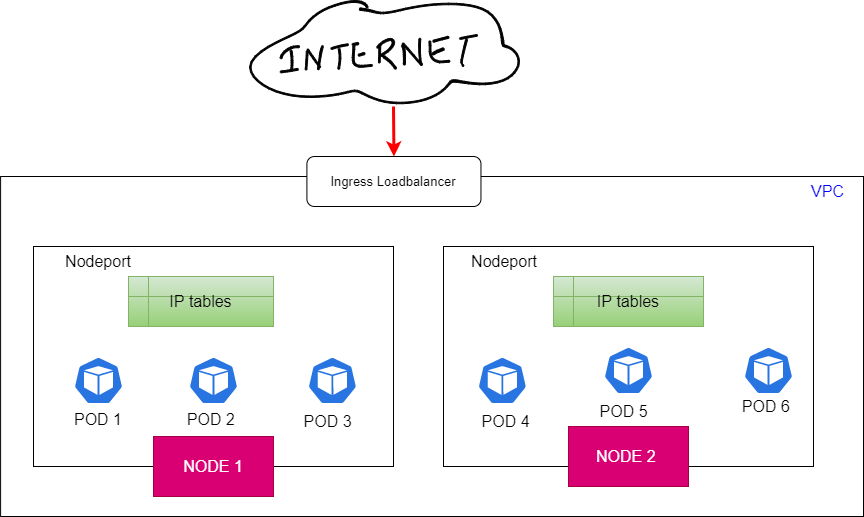
dikshita-git/RP_Study-on-Ingress-and-its-security-IPv4-IPv6- keeps this draw.io diagram as Page_images/Ingress_network.png. Above is the earlier version. Source tidied: cells renumbered, new cells last; positions are measured from the earlier drawing's top-left corner, leaving out a move shared by most shapes.
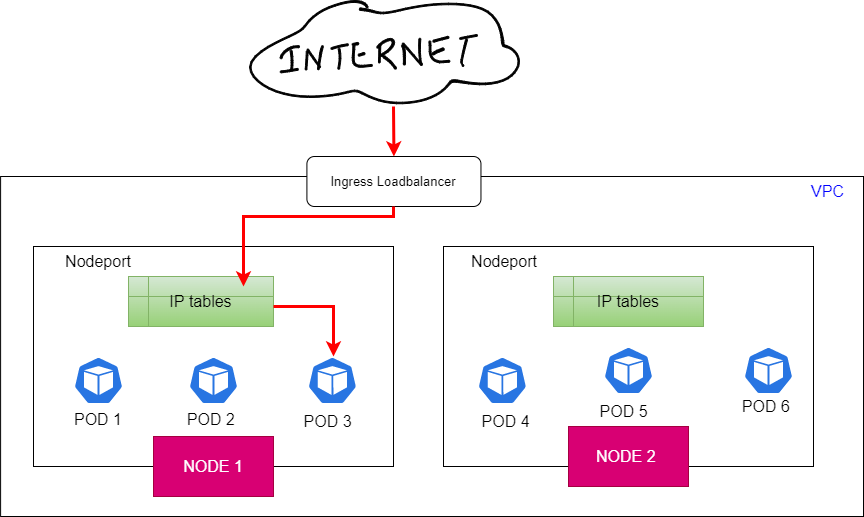
The same file after the commit.

Diff of the diagram source:
```diff
@@ -142,5 +142,17 @@
     <mxCell id="47" value="Nodeport" style="text;html=1;strokeColor=none;fillColor=none;align=center;verticalAlign=middle;whiteSpace=wrap;rounded=0;fontSize=16;fontColor=#000000;" parent="1" vertex="1">
       <mxGeometry x="449.3" y="246" width="110" height="30" as="geometry" />
     </mxCell>
+    <mxCell id="48" style="edgeStyle=segmentEdgeStyle;endArrow=classic;html=1;rounded=0;fontSize=15;fontColor=#000000;strokeColor=#FF0000;strokeWidth=3;entryX=0.793;entryY=0.2;entryDx=0;entryDy=0;entryPerimeter=0;" parent="1" edge="1" target="44">
+      <mxGeometry relative="1" as="geometry">
+        <mxPoint x="393" y="206" as="sourcePoint" />
+        <Array as="points">
+          <mxPoint x="393" y="216" />
+          <mxPoint x="243" y="216" />
+        </Array>
+      </mxGeometry>
+    </mxCell>
+    <mxCell id="49" style="edgeStyle=segmentEdgeStyle;endArrow=classic;html=1;rounded=0;fontSize=15;fontColor=#000000;strokeColor=#FF0000;strokeWidth=3;entryX=0.522;entryY=0;entryDx=0;entryDy=0;exitX=1;exitY=0.6;exitDx=0;exitDy=0;exitPerimeter=0;entryPerimeter=0;" parent="1" edge="1" source="44" target="35">
+      <mxGeometry relative="1" as="geometry" />
+    </mxCell>
   </root>
 </mxGraphModel>
```
